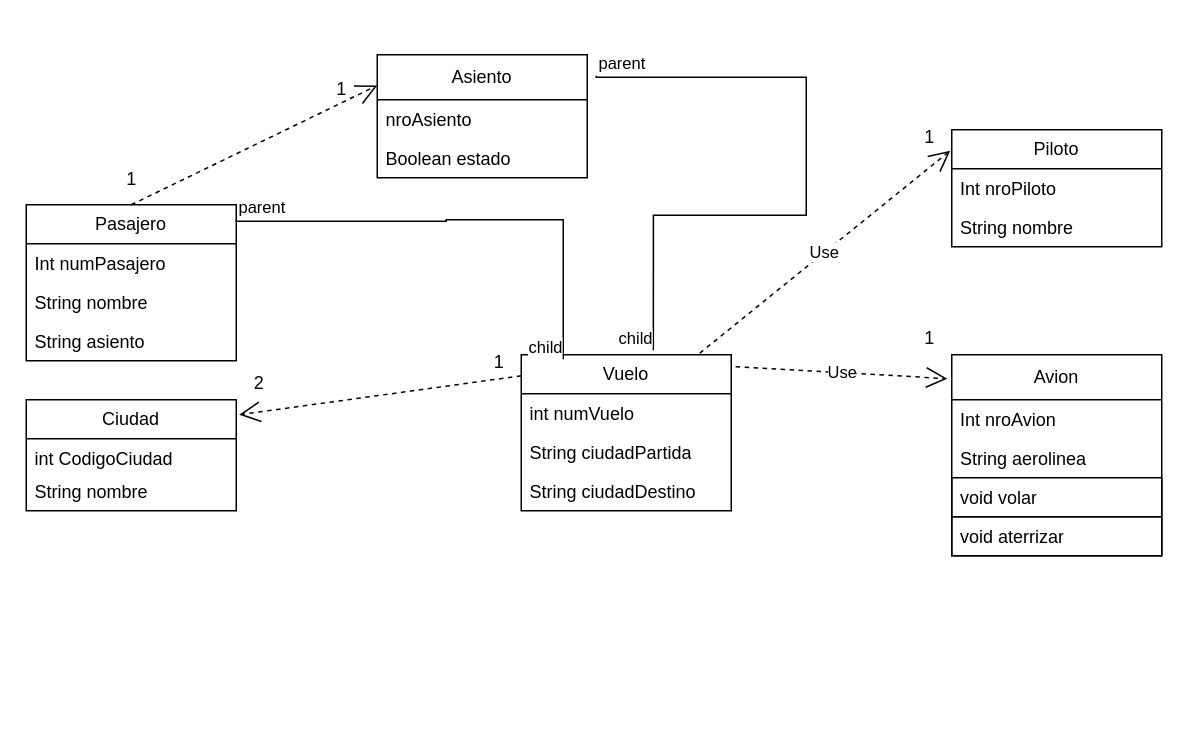
Before: src/practico1/uml/lab_prac1_p2.drawio in juanCruzB73/laboratorio2_utn, a draw.io diagram. Source tidied: cells renumbered, new cells numbered last; positions are measured from the earlier drawing's top-left corner, leaving out a move shared by most shapes. Both pictures are drawn from the tidied source at 150%, with x=0, y=0 at pixel (26, 54).
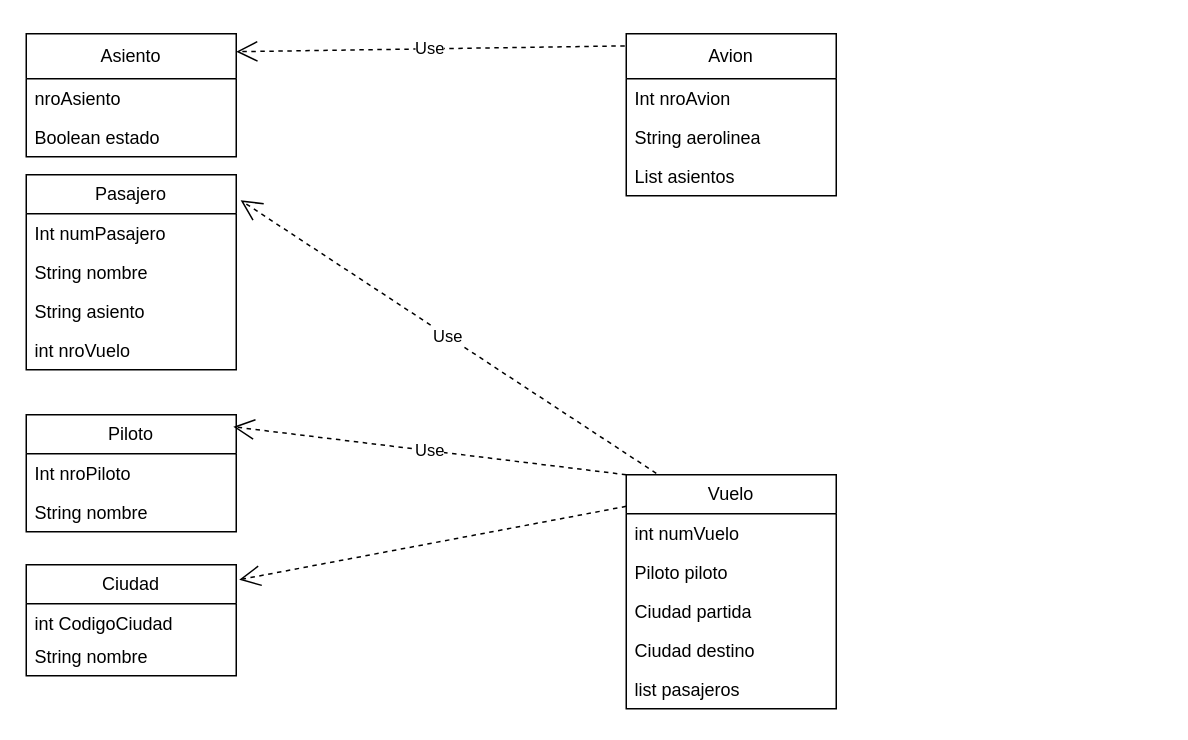
After the change.

Commit message:
cambio en uml

Change to the diagram source:
```diff
@@
     <mxCell id="2" value="Avion" style="swimlane;fontStyle=0;horizontal=1;startSize=30;fillColor=none;whiteSpace=wrap;html=1;" parent="1" vertex="1">
-      <mxGeometry x="617" y="200" width="140" height="134" as="geometry" />
+      <mxGeometry x="400" y="-14" width="140" height="108" as="geometry" />
     </mxCell>
@@
-    <mxCell id="5" value="void volar" style="text;strokeColor=default;fillColor=none;align=left;verticalAlign=top;spacingLeft=4;spacingRight=4;overflow=hidden;whiteSpace=wrap;html=1;" parent="2" vertex="1">
-      <mxGeometry y="82" width="140" height="26" as="geometry" />
-    </mxCell>
-    <mxCell id="6" value="void aterrizar" style="text;strokeColor=default;fillColor=none;align=left;verticalAlign=top;spacingLeft=4;spacingRight=4;overflow=hidden;whiteSpace=wrap;html=1;" parent="2" vertex="1">
-      <mxGeometry y="108" width="140" height="26" as="geometry" />
-    </mxCell>
+    <mxCell id="40" value="List asientos" style="text;strokeColor=none;fillColor=none;align=left;verticalAlign=top;spacingLeft=4;spacingRight=4;overflow=hidden;whiteSpace=wrap;html=1;" parent="2" vertex="1">
+      <mxGeometry y="82" width="140" height="26" as="geometry" />
+    </mxCell>
     <mxCell id="7" value="Vuelo" style="swimlane;fontStyle=0;horizontal=1;startSize=26;fillColor=none;whiteSpace=wrap;html=1;" parent="1" vertex="1">
-      <mxGeometry x="330" y="200" width="140" height="104" as="geometry" />
+      <mxGeometry x="400" y="280" width="140" height="156" as="geometry" />
     </mxCell>
@@
+    <mxCell id="41" value="Piloto piloto" style="text;strokeColor=none;fillColor=none;align=left;verticalAlign=top;spacingLeft=4;spacingRight=4;overflow=hidden;whiteSpace=wrap;html=1;" parent="7" vertex="1">
+      <mxGeometry y="52" width="140" height="26" as="geometry" />
+    </mxCell>
-    <mxCell id="9" value="String ciudadPartida" style="text;strokeColor=none;fillColor=none;align=left;verticalAlign=top;spacingLeft=4;spacingRight=4;overflow=hidden;whiteSpace=wrap;html=1;" parent="7" vertex="1">
-      <mxGeometry y="52" width="140" height="26" as="geometry" />
+    <mxCell id="9" value="Ciudad partida" style="text;strokeColor=none;fillColor=none;align=left;verticalAlign=top;spacingLeft=4;spacingRight=4;overflow=hidden;whiteSpace=wrap;html=1;" parent="7" vertex="1">
+      <mxGeometry y="78" width="140" height="26" as="geometry" />
     </mxCell>
-    <mxCell id="10" value="String ciudadDestino" style="text;strokeColor=none;fillColor=none;align=left;verticalAlign=top;spacingLeft=4;spacingRight=4;overflow=hidden;whiteSpace=wrap;html=1;" parent="7" vertex="1">
-      <mxGeometry y="78" width="140" height="26" as="geometry" />
+    <mxCell id="10" value="Ciudad destino" style="text;strokeColor=none;fillColor=none;align=left;verticalAlign=top;spacingLeft=4;spacingRight=4;overflow=hidden;whiteSpace=wrap;html=1;" parent="7" vertex="1">
+      <mxGeometry y="104" width="140" height="26" as="geometry" />
     </mxCell>
+    <mxCell id="42" value="list pasajeros&lt;div&gt;&lt;br&gt;&lt;/div&gt;" style="text;strokeColor=none;fillColor=none;align=left;verticalAlign=top;spacingLeft=4;spacingRight=4;overflow=hidden;whiteSpace=wrap;html=1;" parent="7" vertex="1">
+      <mxGeometry y="130" width="140" height="26" as="geometry" />
+    </mxCell>
     <mxCell id="11" value="Ciudad" style="swimlane;fontStyle=0;horizontal=1;startSize=26;fillColor=none;whiteSpace=wrap;html=1;" parent="1" vertex="1">
-      <mxGeometry y="230" width="140" height="74" as="geometry" />
+      <mxGeometry y="340" width="140" height="74" as="geometry" />
     </mxCell>
@@
     <mxCell id="14" value="Asiento" style="swimlane;fontStyle=0;horizontal=1;startSize=30;fillColor=none;whiteSpace=wrap;html=1;" parent="1" vertex="1">
-      <mxGeometry x="234" width="140" height="82" as="geometry" />
+      <mxGeometry y="-14" width="140" height="82" as="geometry" />
     </mxCell>
@@
     <mxCell id="17" value="Piloto" style="swimlane;fontStyle=0;horizontal=1;startSize=26;fillColor=none;whiteSpace=wrap;html=1;" parent="1" vertex="1">
-      <mxGeometry x="617" y="50" width="140" height="78" as="geometry" />
+      <mxGeometry y="240" width="140" height="78" as="geometry" />
     </mxCell>
@@
     <mxCell id="20" value="Pasajero" style="swimlane;fontStyle=0;horizontal=1;startSize=26;fillColor=none;whiteSpace=wrap;html=1;" parent="1" vertex="1">
-      <mxGeometry y="100" width="140" height="104" as="geometry" />
+      <mxGeometry y="80" width="140" height="130" as="geometry" />
     </mxCell>
-    <mxCell id="21" style="endArrow=none;html=1;edgeStyle=orthogonalEdgeStyle;rounded=0;entryX=0.2;entryY=0.029;entryDx=0;entryDy=0;entryPerimeter=0;" parent="20" edge="1" target="7">
-      <mxGeometry relative="1" as="geometry">
-        <mxPoint x="140" y="10" as="sourcePoint" />
-        <Array as="points">
-          <mxPoint x="140" y="11" />
-          <mxPoint x="280" y="11" />
-          <mxPoint x="280" y="10" />
-          <mxPoint x="358" y="10" />
-        </Array>
-      </mxGeometry>
-    </mxCell>
-    <mxCell id="22" value="parent" style="edgeLabel;html=1;align=left;verticalAlign=bottom;" parent="21" vertex="1">
-      <mxGeometry x="-1" relative="1" as="geometry" />
-    </mxCell>
-    <mxCell id="23" value="child" style="edgeLabel;html=1;align=right;verticalAlign=bottom;" parent="21" vertex="1">
-      <mxGeometry x="1" relative="1" as="geometry" />
-    </mxCell>
@@
+    <mxCell id="43" value="int nroVuelo" style="text;strokeColor=none;fillColor=none;align=left;verticalAlign=top;spacingLeft=4;spacingRight=4;overflow=hidden;whiteSpace=wrap;html=1;" parent="20" vertex="1">
+      <mxGeometry y="104" width="140" height="26" as="geometry" />
+    </mxCell>
-    <mxCell id="27" value="Use" style="endArrow=open;endSize=12;dashed=1;html=1;rounded=0;exitX=0.85;exitY=-0.01;exitDx=0;exitDy=0;exitPerimeter=0;entryX=-0.007;entryY=0.179;entryDx=0;entryDy=0;entryPerimeter=0;" parent="1" edge="1" source="7" target="17">
+    <mxCell id="27" value="Use" style="endArrow=open;endSize=12;dashed=1;html=1;rounded=0;entryX=0.986;entryY=0.103;entryDx=0;entryDy=0;entryPerimeter=0;exitX=0;exitY=0;exitDx=0;exitDy=0;" parent="1" edge="1" source="7" target="17">
       <mxGeometry relative="1" as="geometry" />
     </mxCell>
-    <mxCell id="28" value="Use" style="endArrow=open;endSize=12;dashed=1;html=1;rounded=0;entryX=-0.021;entryY=0.119;entryDx=0;entryDy=0;entryPerimeter=0;exitX=1.021;exitY=0.077;exitDx=0;exitDy=0;exitPerimeter=0;" parent="1" edge="1" source="7" target="2">
-      <mxGeometry relative="1" as="geometry" />
-    </mxCell>
-    <mxCell id="29" style="endArrow=open;endSize=12;dashed=1;html=1;rounded=0;entryX=0;entryY=0.25;entryDx=0;entryDy=0;exitX=0.5;exitY=0;exitDx=0;exitDy=0;" parent="1" edge="1" source="20" target="14">
-      <mxGeometry relative="1" as="geometry" />
-    </mxCell>
-    <mxCell id="30" value="1" style="text;html=1;align=center;verticalAlign=middle;strokeColor=none;fillColor=none;" parent="1" vertex="1">
-      <mxGeometry x="195" y="8" width="30" height="30" as="geometry" />
-    </mxCell>
-    <mxCell id="31" value="1" style="text;html=1;align=center;verticalAlign=middle;strokeColor=none;fillColor=none;" parent="1" vertex="1">
-      <mxGeometry x="55" y="68" width="30" height="30" as="geometry" />
-    </mxCell>
-    <mxCell id="32" value="1" style="text;html=1;align=center;verticalAlign=middle;strokeColor=none;fillColor=none;" parent="1" vertex="1">
-      <mxGeometry x="587" y="40" width="30" height="30" as="geometry" />
-    </mxCell>
-    <mxCell id="33" value="1" style="text;html=1;align=center;verticalAlign=middle;strokeColor=none;fillColor=none;" parent="1" vertex="1">
-      <mxGeometry x="587" y="174" width="30" height="30" as="geometry" />
-    </mxCell>
-    <mxCell id="34" style="endArrow=none;html=1;edgeStyle=orthogonalEdgeStyle;rounded=0;entryX=0.629;entryY=-0.029;entryDx=0;entryDy=0;entryPerimeter=0;" parent="1" edge="1" target="7">
-      <mxGeometry relative="1" as="geometry">
-        <mxPoint x="380" y="14" as="sourcePoint" />
-        <Array as="points">
-          <mxPoint x="380" y="15" />
-          <mxPoint x="520" y="15" />
-          <mxPoint x="520" y="107" />
-          <mxPoint x="418" y="107" />
-        </Array>
-      </mxGeometry>
-    </mxCell>
-    <mxCell id="35" value="parent" style="edgeLabel;html=1;align=left;verticalAlign=bottom;" parent="34" vertex="1">
-      <mxGeometry x="-1" relative="1" as="geometry" />
-    </mxCell>
-    <mxCell id="36" value="child" style="edgeLabel;html=1;align=right;verticalAlign=bottom;" parent="34" vertex="1">
-      <mxGeometry x="1" relative="1" as="geometry" />
-    </mxCell>
@@
-    <mxCell id="38" value="2" style="text;html=1;align=center;verticalAlign=middle;strokeColor=none;fillColor=none;" parent="1" vertex="1">
-      <mxGeometry x="140" y="204" width="30" height="30" as="geometry" />
-    </mxCell>
-    <mxCell id="39" value="1" style="text;html=1;align=center;verticalAlign=middle;strokeColor=none;fillColor=none;" parent="1" vertex="1">
-      <mxGeometry x="300" y="190" width="30" height="30" as="geometry" />
-    </mxCell>
+    <mxCell id="44" value="Use" style="endArrow=open;endSize=12;dashed=1;html=1;rounded=0;entryX=1.021;entryY=0.131;entryDx=0;entryDy=0;entryPerimeter=0;exitX=0.143;exitY=-0.006;exitDx=0;exitDy=0;exitPerimeter=0;" parent="1" edge="1" source="7" target="20">
+      <mxGeometry relative="1" as="geometry" />
+    </mxCell>
+    <mxCell id="45" value="Use" style="endArrow=open;endSize=12;dashed=1;html=1;rounded=0;entryX=1;entryY=0.146;entryDx=0;entryDy=0;entryPerimeter=0;exitX=-0.007;exitY=0.075;exitDx=0;exitDy=0;exitPerimeter=0;" parent="1" edge="1" source="2" target="14">
+      <mxGeometry relative="1" as="geometry" />
+    </mxCell>
```
